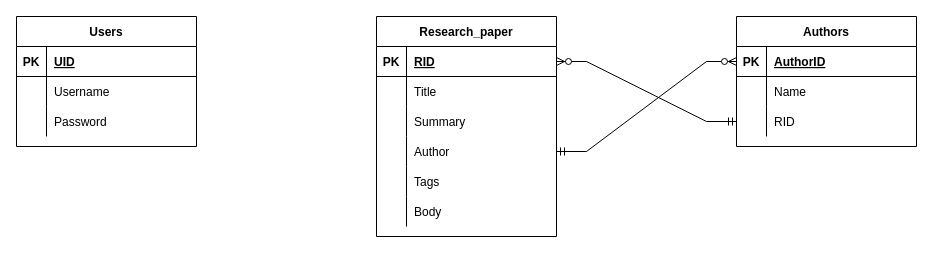
LunarSapphic/nush-research-repo keeps this draw.io diagram as Untitled Diagram.drawio. Above is the earlier version. Source tidied: cells renumbered, new cells numbered last; positions are measured from the earlier drawing's top-left corner, leaving out a move shared by most shapes. Both pictures are drawn from the tidied source at 100%, with x=0, y=0 at pixel (16, 16).
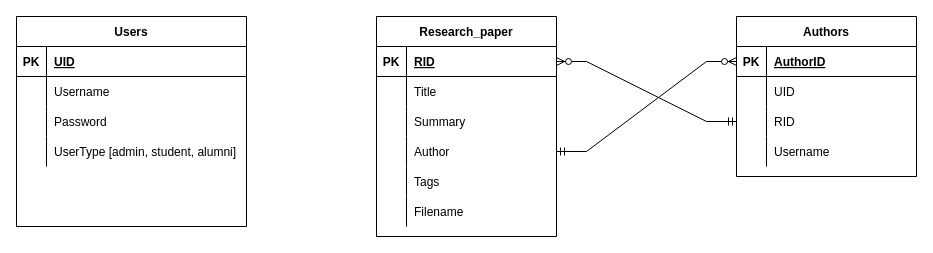
The same diagram, later.

Unchanged cells that the change refers to:
```xml
<mxCell id="28" style="shape=partialRectangle;fillColor=none;top=0;left=0;bottom=0;right=0;" parent="12" vertex="1">
  <mxGeometry y="180" width="180" height="30" as="geometry" />
</mxCell>
<mxCell id="35" style="shape=partialRectangle;fillColor=none;top=0;left=0;bottom=0;right=0;" parent="31" vertex="1">
  <mxGeometry y="60" width="180" height="30" as="geometry" />
</mxCell>
```

What changed in the source:
```diff
@@
     <mxCell id="2" value="Users" style="shape=table;startSize=30;childLayout=tableLayout;rowLines=0;fontStyle=1;align=center;" parent="1" vertex="1">
-      <mxGeometry width="180" height="130" as="geometry" />
+      <mxGeometry width="230" height="210" as="geometry" />
     </mxCell>
     <mxCell id="3" style="shape=partialRectangle;fillColor=none;top=0;left=0;bottom=1;right=0;" parent="2" vertex="1">
-      <mxGeometry y="30" width="180" height="30" as="geometry" />
+      <mxGeometry y="30" width="230" height="30" as="geometry" />
     </mxCell>
@@
     <mxCell id="5" value="UID" style="shape=partialRectangle;fillColor=none;top=0;left=0;bottom=0;right=0;align=left;spacingLeft=6;fontStyle=5;overflow=hidden;" parent="3" vertex="1">
-      <mxGeometry x="30" width="150" height="30" as="geometry" />
+      <mxGeometry x="30" width="200" height="30" as="geometry" />
     </mxCell>
     <mxCell id="6" style="shape=partialRectangle;fillColor=none;top=0;left=0;bottom=0;right=0;" parent="2" vertex="1">
-      <mxGeometry y="60" width="180" height="30" as="geometry" />
+      <mxGeometry y="60" width="230" height="30" as="geometry" />
     </mxCell>
@@
     <mxCell id="8" value="Username" style="shape=partialRectangle;fillColor=none;top=0;left=0;bottom=0;right=0;align=left;spacingLeft=6;overflow=hidden;" parent="6" vertex="1">
-      <mxGeometry x="30" width="150" height="30" as="geometry" />
+      <mxGeometry x="30" width="200" height="30" as="geometry" />
     </mxCell>
     <mxCell id="9" style="shape=partialRectangle;fillColor=none;top=0;left=0;bottom=0;right=0;" parent="2" vertex="1">
-      <mxGeometry y="90" width="180" height="30" as="geometry" />
+      <mxGeometry y="90" width="230" height="30" as="geometry" />
     </mxCell>
@@
     <mxCell id="11" value="Password" style="shape=partialRectangle;fillColor=none;top=0;left=0;bottom=0;right=0;align=left;spacingLeft=6;overflow=hidden;" parent="9" vertex="1">
-      <mxGeometry x="30" width="150" height="30" as="geometry" />
+      <mxGeometry x="30" width="200" height="30" as="geometry" />
     </mxCell>
+    <mxCell id="43" style="shape=partialRectangle;fillColor=none;top=0;left=0;bottom=0;right=0;" parent="2" vertex="1">
+      <mxGeometry y="120" width="230" height="30" as="geometry" />
+    </mxCell>
+    <mxCell id="44" style="shape=partialRectangle;fillColor=none;top=0;left=0;bottom=0;right=0;overflow=hidden;" parent="43" vertex="1">
+      <mxGeometry width="30" height="30" as="geometry" />
+    </mxCell>
+    <mxCell id="45" value="UserType [admin, student, alumni]" style="shape=partialRectangle;fillColor=none;top=0;left=0;bottom=0;right=0;align=left;spacingLeft=6;overflow=hidden;" parent="43" vertex="1">
+      <mxGeometry x="30" width="200" height="30" as="geometry" />
+    </mxCell>
@@
-    <mxCell id="30" value="Body" style="shape=partialRectangle;fillColor=none;top=0;left=0;bottom=0;right=0;align=left;spacingLeft=6;overflow=hidden;" parent="28" vertex="1">
+    <mxCell id="30" value="Filename" style="shape=partialRectangle;fillColor=none;top=0;left=0;bottom=0;right=0;align=left;spacingLeft=6;overflow=hidden;" parent="28" vertex="1">
       <mxGeometry x="30" width="150" height="30" as="geometry" />
     </mxCell>
     <mxCell id="31" value="Authors" style="shape=table;startSize=30;childLayout=tableLayout;rowLines=0;fontStyle=1;align=center;" parent="1" vertex="1">
-      <mxGeometry x="720" width="180" height="130" as="geometry" />
+      <mxGeometry x="720" width="180" height="160" as="geometry" />
     </mxCell>
@@
-    <mxCell id="37" value="Name" style="shape=partialRectangle;fillColor=none;top=0;left=0;bottom=0;right=0;align=left;spacingLeft=6;overflow=hidden;" parent="35" vertex="1">
+    <mxCell id="37" value="UID" style="shape=partialRectangle;fillColor=none;top=0;left=0;bottom=0;right=0;align=left;spacingLeft=6;overflow=hidden;" parent="35" vertex="1">
       <mxGeometry x="30" width="150" height="30" as="geometry" />
     </mxCell>
@@
+    <mxCell id="46" style="shape=partialRectangle;fillColor=none;top=0;left=0;bottom=0;right=0;" parent="31" vertex="1">
+      <mxGeometry y="120" width="180" height="30" as="geometry" />
+    </mxCell>
+    <mxCell id="47" style="shape=partialRectangle;fillColor=none;top=0;left=0;bottom=0;right=0;overflow=hidden;" parent="46" vertex="1">
+      <mxGeometry width="30" height="30" as="geometry" />
+    </mxCell>
+    <mxCell id="48" value="Username" style="shape=partialRectangle;fillColor=none;top=0;left=0;bottom=0;right=0;align=left;spacingLeft=6;overflow=hidden;" parent="46" vertex="1">
+      <mxGeometry x="30" width="150" height="30" as="geometry" />
+    </mxCell>
```
